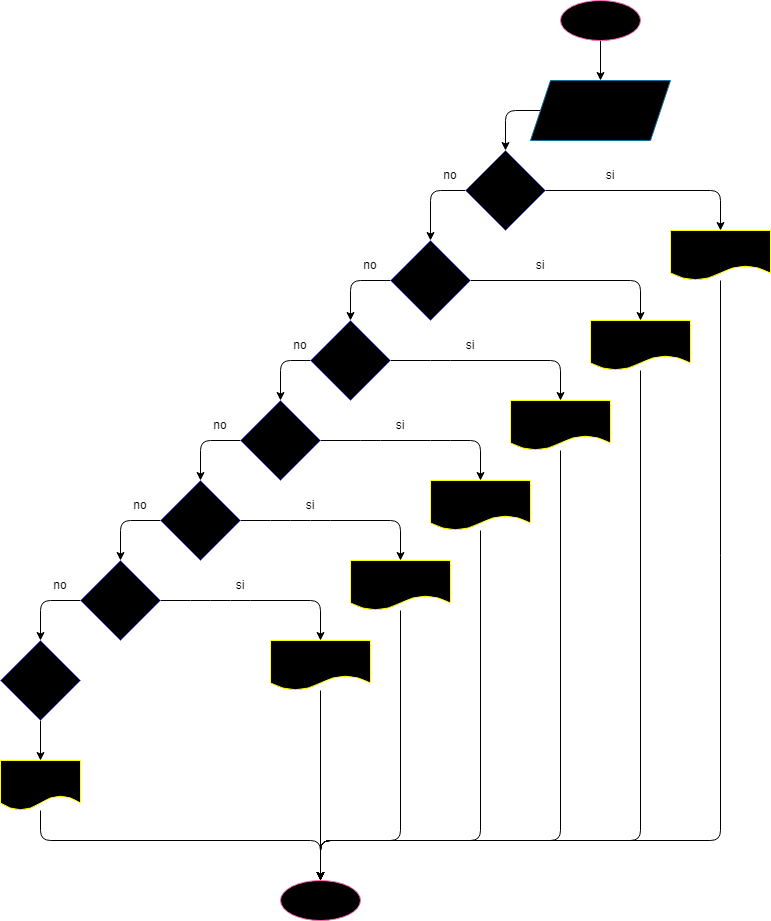
This is diagrama.png from GeorginaCarvajal/piedra-_papel-_tijera, a draw.io export, as it was before one commit. Source tidied: cells renumbered, new cells last; positions are measured from the earlier drawing's top-left corner, leaving out a move shared by most shapes.
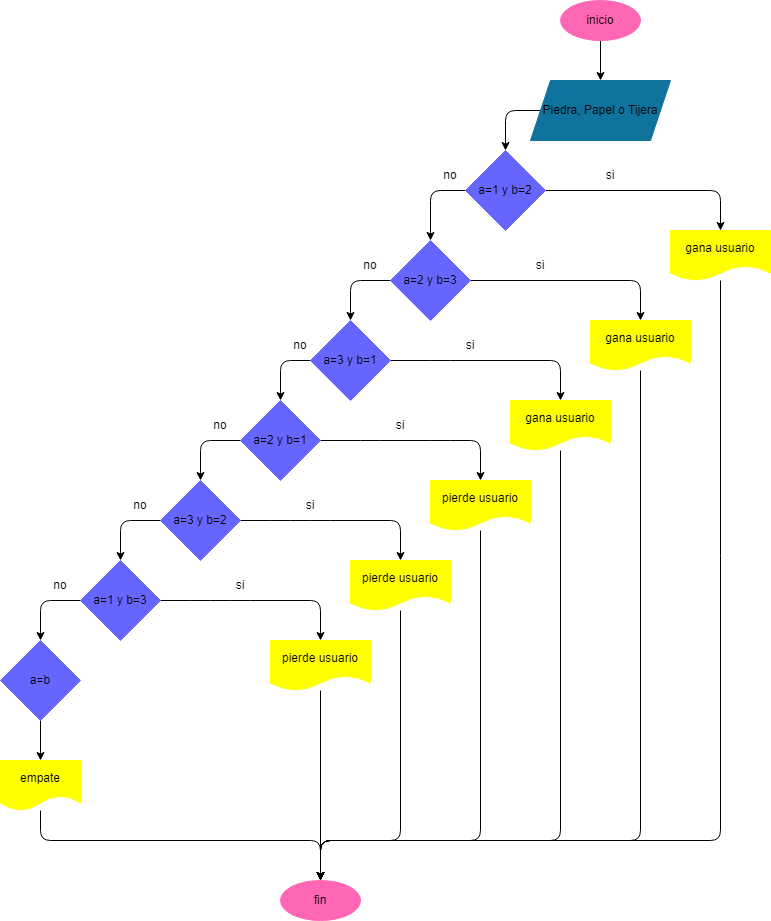
The same file after the commit.

Commit message:
Se modifico el programa

What changed in the source:
```diff
@@ -5,7 +5,7 @@
     <mxCell id="2" style="edgeStyle=none;html=1;entryX=0.5;entryY=0;entryDx=0;entryDy=0;" parent="1" edge="1" source="3" target="5">
       <mxGeometry relative="1" as="geometry" />
     </mxCell>
-    <mxCell id="3" value="inicio" style="ellipse;whiteSpace=wrap;html=1;fillColor=#000000;strokeColor=#FF66B3;" parent="1" vertex="1">
+    <mxCell id="3" value="inicio" style="ellipse;whiteSpace=wrap;html=1;fillColor=#FF66B3;strokeColor=#FF66B3;" parent="1" vertex="1">
       <mxGeometry x="560" width="80" height="40" as="geometry" />
     </mxCell>
     <mxCell id="4" style="edgeStyle=none;html=1;entryX=0.5;entryY=0;entryDx=0;entryDy=0;" parent="1" edge="1" source="5" target="8">
@@ -15,7 +15,7 @@
         </Array>
       </mxGeometry>
     </mxCell>
-    <mxCell id="5" value="Piedra, Papel o Tijera" style="shape=parallelogram;perimeter=parallelogramPerimeter;whiteSpace=wrap;html=1;fixedSize=1;fillColor=#000000;strokeColor=#10739e;" parent="1" vertex="1">
+    <mxCell id="5" value="Piedra, Papel o Tijera" style="shape=parallelogram;perimeter=parallelogramPerimeter;whiteSpace=wrap;html=1;fixedSize=1;fillColor=#10739E;strokeColor=#10739E;" parent="1" vertex="1">
       <mxGeometry x="530" y="80" width="140" height="60" as="geometry" />
     </mxCell>
     <mxCell id="6" style="edgeStyle=none;html=1;" parent="1" edge="1" source="8" target="11">
@@ -33,7 +33,7 @@
         </Array>
       </mxGeometry>
     </mxCell>
-    <mxCell id="8" value="a=1 y b=2" style="rhombus;whiteSpace=wrap;html=1;fillColor=#000000;strokeColor=#6666FF;" parent="1" vertex="1">
+    <mxCell id="8" value="a=1 y b=2" style="rhombus;whiteSpace=wrap;html=1;fillColor=#6666FF;strokeColor=#6666FF;" parent="1" vertex="1">
       <mxGeometry x="465" y="150" width="80" height="80" as="geometry" />
     </mxCell>
     <mxCell id="9" style="edgeStyle=none;html=1;entryX=0.5;entryY=0;entryDx=0;entryDy=0;" parent="1" edge="1" source="11" target="20">
@@ -51,7 +51,7 @@
         </Array>
       </mxGeometry>
     </mxCell>
-    <mxCell id="11" value="a=2 y b=3" style="rhombus;whiteSpace=wrap;html=1;fillColor=#000000;strokeColor=#6666FF;" parent="1" vertex="1">
+    <mxCell id="11" value="a=2 y b=3" style="rhombus;whiteSpace=wrap;html=1;fillColor=#6666FF;strokeColor=#6666FF;" parent="1" vertex="1">
       <mxGeometry x="390" y="240" width="80" height="80" as="geometry" />
     </mxCell>
     <mxCell id="12" style="edgeStyle=none;html=1;entryX=0.5;entryY=0;entryDx=0;entryDy=0;" parent="1" edge="1" source="14" target="17">
@@ -71,7 +71,7 @@
         </Array>
       </mxGeometry>
     </mxCell>
-    <mxCell id="14" value="a=2 y b=1" style="rhombus;whiteSpace=wrap;html=1;fillColor=#000000;strokeColor=#6666FF;" parent="1" vertex="1">
+    <mxCell id="14" value="a=2 y b=1" style="rhombus;whiteSpace=wrap;html=1;fillColor=#6666FF;strokeColor=#6666FF;" parent="1" vertex="1">
       <mxGeometry x="240" y="400" width="80" height="80" as="geometry" />
     </mxCell>
     <mxCell id="15" style="edgeStyle=none;html=1;entryX=0.5;entryY=0;entryDx=0;entryDy=0;" parent="1" edge="1" source="17" target="23">
@@ -91,7 +91,7 @@
         </Array>
       </mxGeometry>
     </mxCell>
-    <mxCell id="17" value="a=3 y b=2" style="rhombus;whiteSpace=wrap;html=1;fillColor=#000000;strokeColor=#6666FF;" parent="1" vertex="1">
+    <mxCell id="17" value="a=3 y b=2" style="rhombus;whiteSpace=wrap;html=1;fillColor=#6666FF;strokeColor=#6666FF;" parent="1" vertex="1">
       <mxGeometry x="160" y="480" width="80" height="80" as="geometry" />
     </mxCell>
     <mxCell id="18" style="edgeStyle=none;html=1;entryX=0.5;entryY=0;entryDx=0;entryDy=0;" parent="1" edge="1" source="20" target="14">
@@ -110,7 +110,7 @@
         </Array>
       </mxGeometry>
     </mxCell>
-    <mxCell id="20" value="a=3 y b=1" style="rhombus;whiteSpace=wrap;html=1;fillColor=#000000;strokeColor=#6666FF;" parent="1" vertex="1">
+    <mxCell id="20" value="a=3 y b=1" style="rhombus;whiteSpace=wrap;html=1;fillColor=#6666FF;strokeColor=#6666FF;" parent="1" vertex="1">
       <mxGeometry x="310" y="320" width="80" height="80" as="geometry" />
     </mxCell>
     <mxCell id="21" style="edgeStyle=none;html=1;entryX=0.5;entryY=0;entryDx=0;entryDy=0;" parent="1" edge="1" source="23" target="25">
@@ -130,7 +130,7 @@
         </Array>
       </mxGeometry>
     </mxCell>
-    <mxCell id="23" value="a=1 y b=3" style="rhombus;whiteSpace=wrap;html=1;fillColor=#000000;strokeColor=#6666FF;" parent="1" vertex="1">
+    <mxCell id="23" value="a=1 y b=3" style="rhombus;whiteSpace=wrap;html=1;fillColor=#6666FF;strokeColor=#6666FF;" parent="1" vertex="1">
       <mxGeometry x="80" y="560" width="80" height="80" as="geometry" />
     </mxCell>
     <mxCell id="24" style="edgeStyle=none;html=1;" parent="1" edge="1" source="25">
@@ -138,7 +138,7 @@
         <mxPoint x="40" y="760" as="targetPoint" />
       </mxGeometry>
     </mxCell>
-    <mxCell id="25" value="a=b" style="rhombus;whiteSpace=wrap;html=1;fillColor=#000000;strokeColor=#6666FF;" parent="1" vertex="1">
+    <mxCell id="25" value="a=b" style="rhombus;whiteSpace=wrap;html=1;fillColor=#6666FF;strokeColor=#6666FF;" parent="1" vertex="1">
       <mxGeometry y="640" width="80" height="80" as="geometry" />
     </mxCell>
     <mxCell id="26" style="edgeStyle=none;html=1;" parent="1" edge="1" source="27">
@@ -150,10 +150,10 @@
         </Array>
       </mxGeometry>
     </mxCell>
-    <mxCell id="27" value="empate" style="shape=document;whiteSpace=wrap;html=1;boundedLbl=1;strokeColor=#FFFF00;fillColor=#000000;" parent="1" vertex="1">
+    <mxCell id="27" value="empate" style="shape=document;whiteSpace=wrap;html=1;boundedLbl=1;strokeColor=#FFFF00;fillColor=#FFFF00;" parent="1" vertex="1">
       <mxGeometry y="760" width="80" height="50" as="geometry" />
     </mxCell>
-    <mxCell id="28" value="fin" style="ellipse;whiteSpace=wrap;html=1;strokeColor=#FF66B3;fillColor=#000000;" parent="1" vertex="1">
+    <mxCell id="28" value="fin" style="ellipse;whiteSpace=wrap;html=1;strokeColor=#FF66B3;fillColor=#FF66B3;" parent="1" vertex="1">
       <mxGeometry x="280" y="880" width="80" height="40" as="geometry" />
     </mxCell>
     <mxCell id="29" style="edgeStyle=none;html=1;entryX=0.5;entryY=0;entryDx=0;entryDy=0;" parent="1" edge="1" source="30" target="28">
@@ -164,7 +164,7 @@
         </Array>
       </mxGeometry>
     </mxCell>
-    <mxCell id="30" value="gana usuario" style="shape=document;whiteSpace=wrap;html=1;boundedLbl=1;strokeColor=#FFFF00;fillColor=#000000;" parent="1" vertex="1">
+    <mxCell id="30" value="gana usuario" style="shape=document;whiteSpace=wrap;html=1;boundedLbl=1;strokeColor=#FFFF00;fillColor=#FFFF00;" parent="1" vertex="1">
       <mxGeometry x="670" y="230" width="100" height="50" as="geometry" />
     </mxCell>
     <mxCell id="31" style="edgeStyle=none;html=1;" parent="1" edge="1" source="32">
@@ -176,7 +176,7 @@
         </Array>
       </mxGeometry>
     </mxCell>
-    <mxCell id="32" value="gana usuario" style="shape=document;whiteSpace=wrap;html=1;boundedLbl=1;strokeColor=#FFFF00;fillColor=#000000;" parent="1" vertex="1">
+    <mxCell id="32" value="gana usuario" style="shape=document;whiteSpace=wrap;html=1;boundedLbl=1;strokeColor=#FFFF00;fillColor=#FFFF00;" parent="1" vertex="1">
       <mxGeometry x="590" y="320" width="100" height="50" as="geometry" />
     </mxCell>
     <mxCell id="33" style="edgeStyle=none;html=1;entryX=0.5;entryY=0;entryDx=0;entryDy=0;" parent="1" edge="1" source="34" target="28">
@@ -187,7 +187,7 @@
         </Array>
       </mxGeometry>
     </mxCell>
-    <mxCell id="34" value="gana usuario" style="shape=document;whiteSpace=wrap;html=1;boundedLbl=1;strokeColor=#FFFF00;fillColor=#000000;" parent="1" vertex="1">
+    <mxCell id="34" value="gana usuario" style="shape=document;whiteSpace=wrap;html=1;boundedLbl=1;strokeColor=#FFFF00;fillColor=#FFFF00;" parent="1" vertex="1">
       <mxGeometry x="510" y="400" width="100" height="50" as="geometry" />
     </mxCell>
     <mxCell id="35" style="edgeStyle=none;html=1;entryX=0.5;entryY=0;entryDx=0;entryDy=0;" parent="1" edge="1" source="36" target="28">
@@ -198,7 +198,7 @@
         </Array>
       </mxGeometry>
     </mxCell>
-    <mxCell id="36" value="pierde usuario" style="shape=document;whiteSpace=wrap;html=1;boundedLbl=1;strokeColor=#FFFF00;fillColor=#000000;" parent="1" vertex="1">
+    <mxCell id="36" value="pierde usuario" style="shape=document;whiteSpace=wrap;html=1;boundedLbl=1;strokeColor=#FFFF00;fillColor=#FFFF00;" parent="1" vertex="1">
       <mxGeometry x="430" y="480" width="100" height="50" as="geometry" />
     </mxCell>
     <mxCell id="37" style="edgeStyle=none;html=1;" parent="1" edge="1" source="38">
@@ -210,13 +210,13 @@
         </Array>
       </mxGeometry>
     </mxCell>
-    <mxCell id="38" value="pierde usuario" style="shape=document;whiteSpace=wrap;html=1;boundedLbl=1;strokeColor=#FFFF00;fillColor=#000000;" parent="1" vertex="1">
+    <mxCell id="38" value="pierde usuario" style="shape=document;whiteSpace=wrap;html=1;boundedLbl=1;strokeColor=#FFFF00;fillColor=#FFFF00;" parent="1" vertex="1">
       <mxGeometry x="350" y="560" width="100" height="50" as="geometry" />
     </mxCell>
     <mxCell id="39" style="edgeStyle=none;html=1;entryX=0.5;entryY=0;entryDx=0;entryDy=0;" parent="1" edge="1" source="40" target="28">
       <mxGeometry relative="1" as="geometry" />
     </mxCell>
-    <mxCell id="40" value="pierde usuario" style="shape=document;whiteSpace=wrap;html=1;boundedLbl=1;strokeColor=#FFFF00;fillColor=#000000;" parent="1" vertex="1">
+    <mxCell id="40" value="pierde usuario" style="shape=document;whiteSpace=wrap;html=1;boundedLbl=1;strokeColor=#FFFF00;fillColor=#FFFF00;" parent="1" vertex="1">
       <mxGeometry x="270" y="640" width="100" height="50" as="geometry" />
     </mxCell>
     <mxCell id="41" value="si" style="text;strokeColor=none;align=center;fillColor=none;html=1;verticalAlign=middle;whiteSpace=wrap;rounded=0;" parent="1" vertex="1">
```
